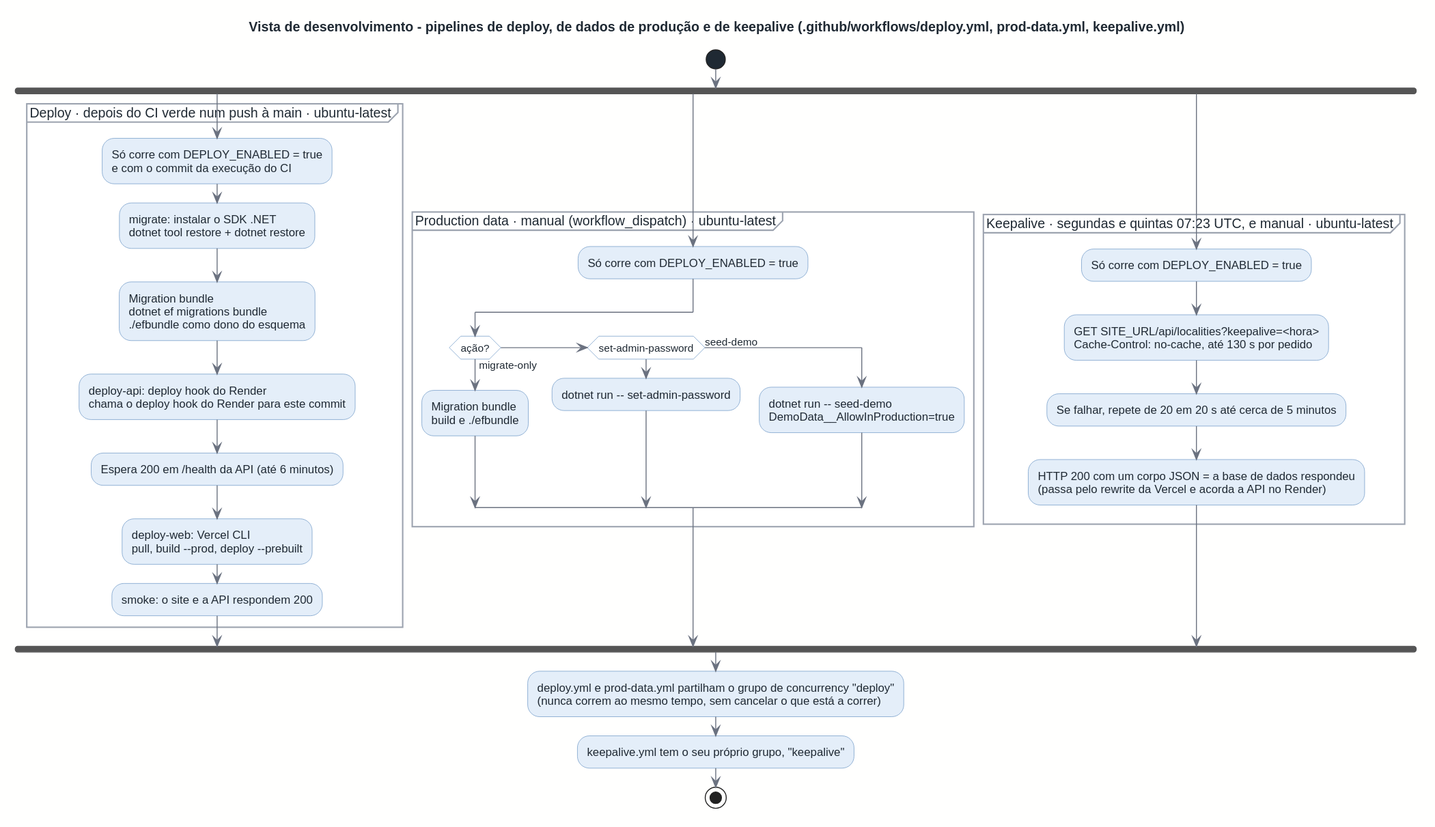
Above: docs/architecture/out/development-deploy.svg in rodrigo4sousa/SportsEstablishments (PlantUML), before the change.
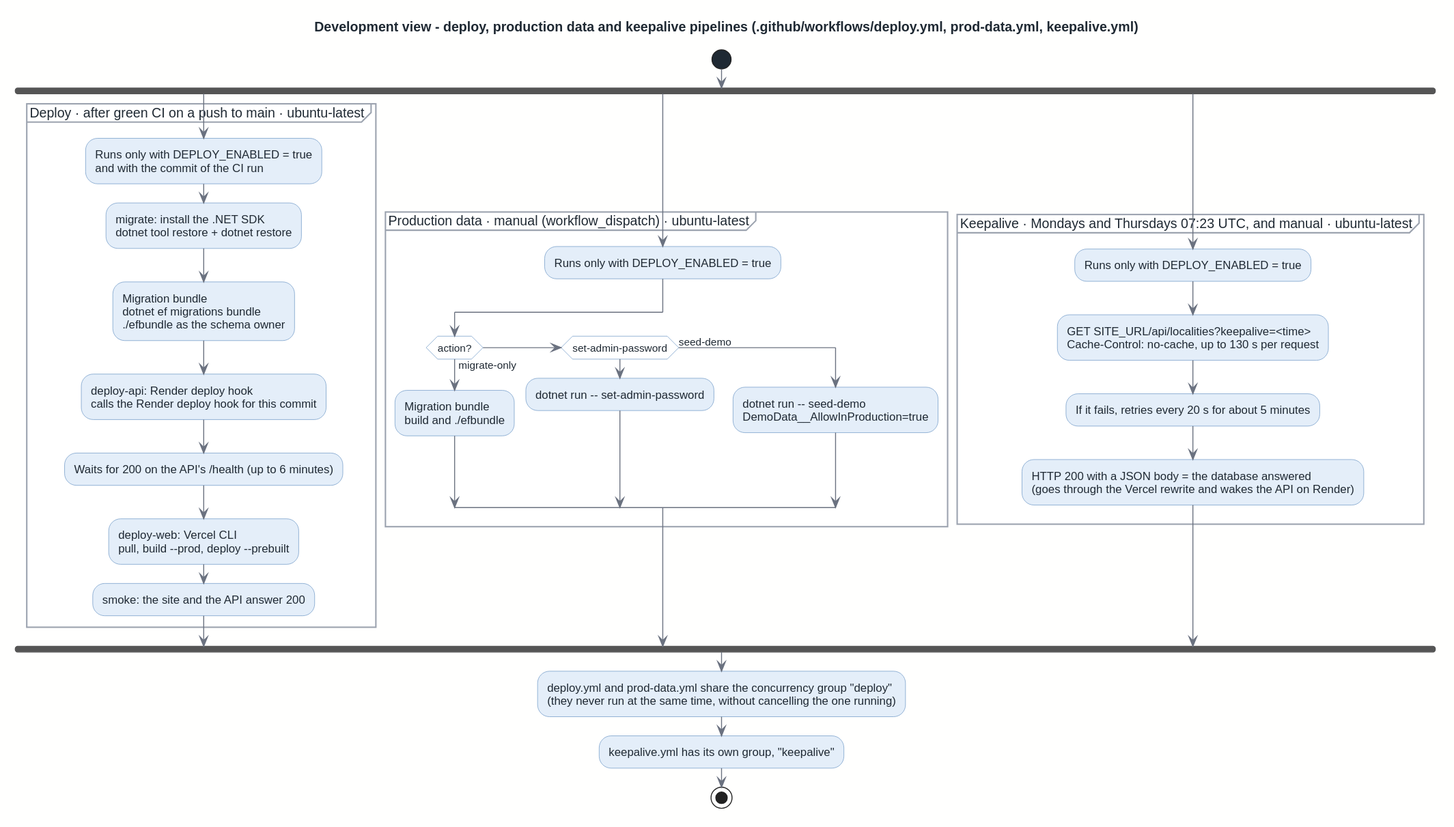
After the change.

Change to the diagram source:
```diff
@@ -1,23 +1,23 @@
 @startuml
 !include ../style.puml
-title Vista de desenvolvimento - pipelines de deploy, de dados de produção e de keepalive (.github/workflows/deploy.yml, prod-data.yml, keepalive.yml)
+title Development view - deploy, production data and keepalive pipelines (.github/workflows/deploy.yml, prod-data.yml, keepalive.yml)
 
 start
 fork
-  partition "Deploy · depois do CI verde num push à main · ubuntu-latest" {
-    :Só corre com DEPLOY_ENABLED = true\ne com o commit da execução do CI;
-    :migrate: instalar o SDK .NET\ndotnet tool restore + dotnet restore;
-    :Migration bundle\ndotnet ef migrations bundle\n./efbundle como dono do esquema;
-    :deploy-api: deploy hook do Render\nchama o deploy hook do Render para este commit;
-    :Espera 200 em /health da API (até 6 minutos);
+  partition "Deploy · after green CI on a push to main · ubuntu-latest" {
+    :Runs only with DEPLOY_ENABLED = true\nand with the commit of the CI run;
+    :migrate: install the .NET SDK\ndotnet tool restore + dotnet restore;
+    :Migration bundle\ndotnet ef migrations bundle\n./efbundle as the schema owner;
+    :deploy-api: Render deploy hook\ncalls the Render deploy hook for this commit;
+    :Waits for 200 on the API's /health (up to 6 minutes);
     :deploy-web: Vercel CLI\npull, build ~-~-prod, deploy ~-~-prebuilt;
-    :smoke: o site e a API respondem 200;
+    :smoke: the site and the API answer 200;
   }
 fork again
   partition "Production data · manual (workflow_dispatch) · ubuntu-latest" {
-    :Só corre com DEPLOY_ENABLED = true;
-    if (ação?) then (migrate-only)
-      :Migration bundle\nbuild e ./efbundle;
+    :Runs only with DEPLOY_ENABLED = true;
+    if (action?) then (migrate-only)
+      :Migration bundle\nbuild and ./efbundle;
     elseif (set-admin-password) then
       :dotnet run -- set-admin-password;
     else (seed-demo)
@@ -25,14 +25,14 @@
     endif
   }
 fork again
-  partition "Keepalive · segundas e quintas 07:23 UTC, e manual · ubuntu-latest" {
-    :Só corre com DEPLOY_ENABLED = true;
-    :GET SITE_URL/api/localities?keepalive=<hora>\nCache-Control: no-cache, até 130 s por pedido;
-    :Se falhar, repete de 20 em 20 s até cerca de 5 minutos;
-    :HTTP 200 com um corpo JSON = a base de dados respondeu\n(passa pelo rewrite da Vercel e acorda a API no Render);
+  partition "Keepalive · Mondays and Thursdays 07:23 UTC, and manual · ubuntu-latest" {
+    :Runs only with DEPLOY_ENABLED = true;
+    :GET SITE_URL/api/localities?keepalive=<time>\nCache-Control: no-cache, up to 130 s per request;
+    :If it fails, retries every 20 s for about 5 minutes;
+    :HTTP 200 with a JSON body = the database answered\n(goes through the Vercel rewrite and wakes the API on Render);
   }
 end fork
-:deploy.yml e prod-data.yml partilham o grupo de concurrency "deploy"\n(nunca correm ao mesmo tempo, sem cancelar o que está a correr);
-:keepalive.yml tem o seu próprio grupo, "keepalive";
+:deploy.yml and prod-data.yml share the concurrency group "deploy"\n(they never run at the same time, without cancelling the one running);
+:keepalive.yml has its own group, "keepalive";
 stop
 @enduml
```
